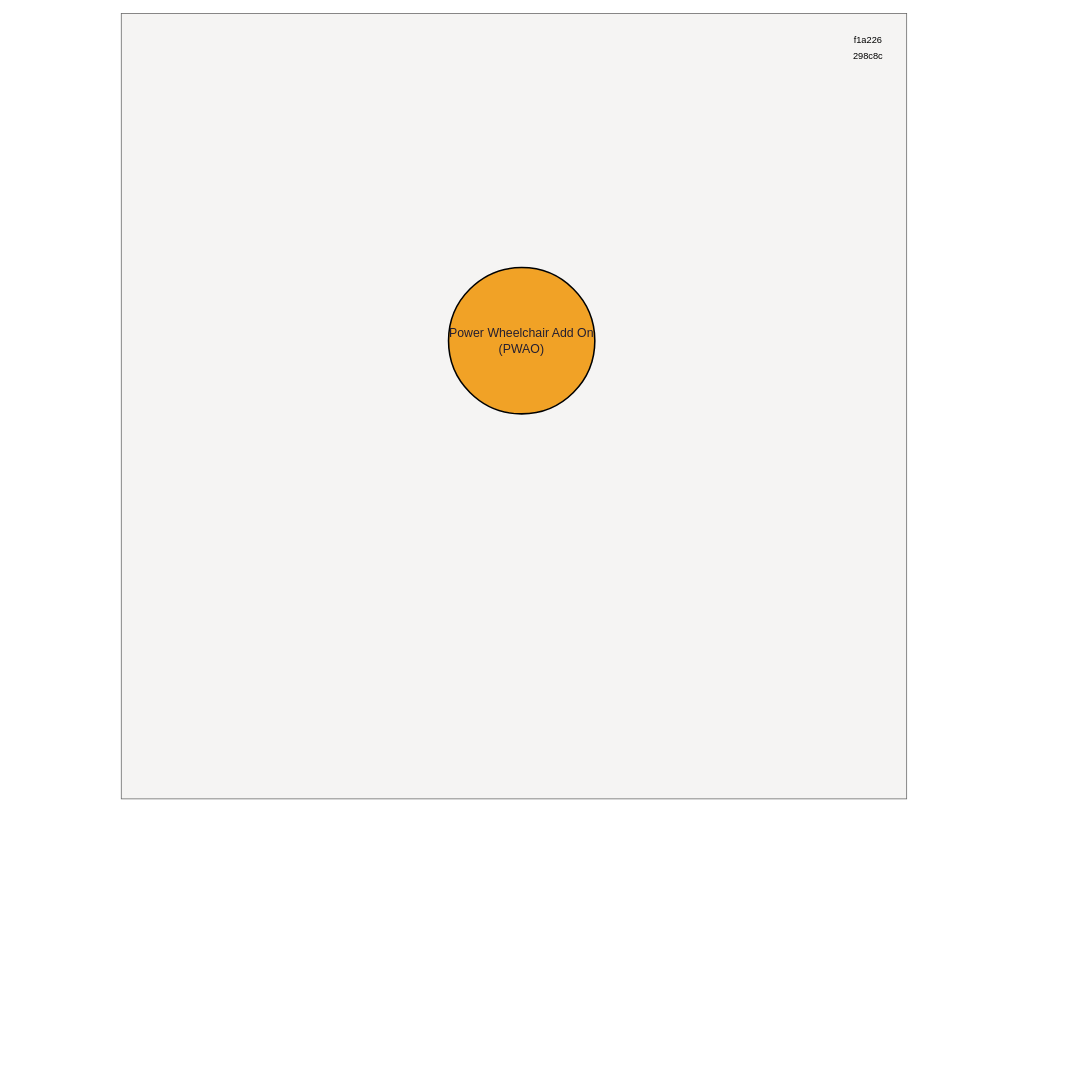
The draw.io diagram Diagrams/System Context.drawio in mekuro9/PWAO-CSU, before the edit. Source tidied: cells renumbered, new cells numbered last; positions are measured from the earlier drawing's top-left corner, leaving out a move shared by most shapes. Both pictures are drawn from the tidied source at 77%, with x=0, y=0 at pixel (121, 13).
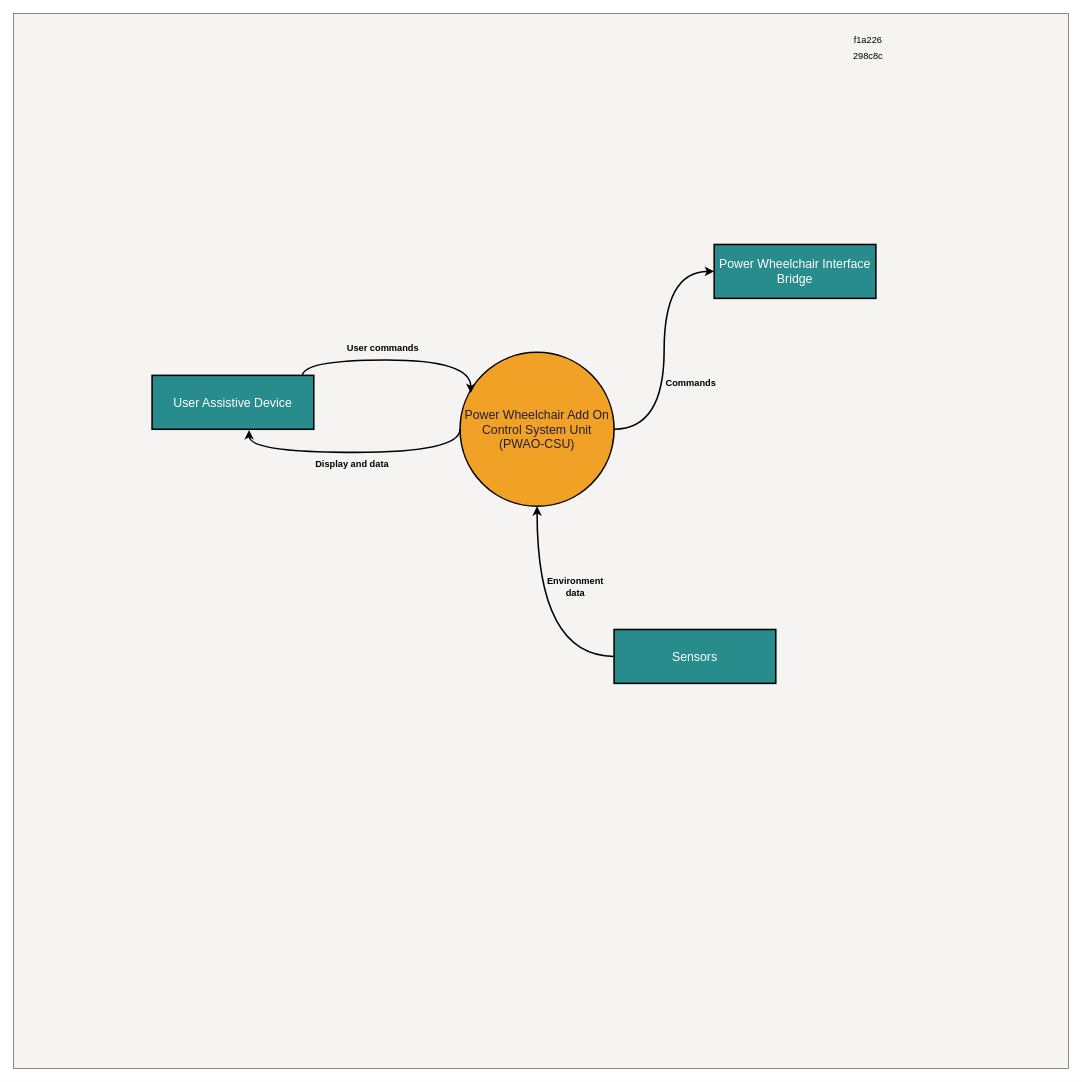
After the change.

Diff of the diagram source:
```diff
@@
     <mxCell id="2" style="whiteSpace=wrap;html=1;fillColor=#F5F4F3;strokeColor=#666666;fontColor=#333333;" parent="1" vertex="1">
-      <mxGeometry width="1020" height="1020" as="geometry" />
+      <mxGeometry x="-140" width="1370" height="1370" as="geometry" />
     </mxCell>
+    <mxCell id="6" style="edgeStyle=orthogonalEdgeStyle;rounded=0;jettySize=auto;html=1;entryX=0;entryY=0.5;entryDx=0;entryDy=0;curved=1;strokeWidth=2;" parent="1" edge="1" source="3" target="11">
+      <mxGeometry relative="1" as="geometry" />
+    </mxCell>
-    <mxCell id="3" value="&lt;font color=&quot;#241f31&quot; style=&quot;font-size: 16px;&quot;&gt;Power Wheelchair Add On&lt;br&gt;(PWAO)&lt;/font&gt;" style="ellipse;whiteSpace=wrap;html=1;fillColor=#f1a226;strokeColor=#000000;strokeWidth=2;" parent="1" vertex="1">
-      <mxGeometry x="425" y="330" width="190" height="190" as="geometry" />
+    <mxCell id="3" value="&lt;font color=&quot;#241f31&quot; style=&quot;font-size: 16px;&quot;&gt;Power Wheelchair Add On&lt;br&gt;Control System Unit (PWAO-CSU)&lt;/font&gt;" style="ellipse;whiteSpace=wrap;html=1;fillColor=#f1a226;strokeColor=#000000;strokeWidth=2;" parent="1" vertex="1">
+      <mxGeometry x="440" y="440" width="200" height="200" as="geometry" />
     </mxCell>
@@
+    <mxCell id="7" style="edgeStyle=orthogonalEdgeStyle;rounded=0;jettySize=auto;html=1;curved=1;exitX=0.929;exitY=0.014;exitDx=0;exitDy=0;exitPerimeter=0;entryX=0.07;entryY=0.265;entryDx=0;entryDy=0;entryPerimeter=0;strokeWidth=2;" parent="1" edge="1" source="8" target="3">
+      <mxGeometry relative="1" as="geometry">
+        <Array as="points">
+          <mxPoint x="235" y="450" />
+          <mxPoint x="454" y="450" />
+        </Array>
+      </mxGeometry>
+    </mxCell>
+    <mxCell id="8" value="&lt;font style=&quot;font-size: 16px;&quot; color=&quot;#ffffff&quot;&gt;User Assistive Device&lt;br&gt;&lt;/font&gt;" style="rounded=0;whiteSpace=wrap;html=1;fillColor=#298c8c;strokeWidth=2;" parent="1" vertex="1">
+      <mxGeometry x="40" y="470" width="210" height="70" as="geometry" />
+    </mxCell>
+    <mxCell id="9" style="edgeStyle=orthogonalEdgeStyle;rounded=0;jettySize=auto;html=1;curved=1;strokeWidth=2;" parent="1" edge="1" source="10" target="3">
+      <mxGeometry relative="1" as="geometry">
+        <Array as="points">
+          <mxPoint x="540" y="835" />
+        </Array>
+      </mxGeometry>
+    </mxCell>
+    <mxCell id="10" value="&lt;font style=&quot;font-size: 16px;&quot; color=&quot;#ffffff&quot;&gt;Sensors&lt;/font&gt;" style="rounded=0;whiteSpace=wrap;html=1;fillColor=#298c8c;strokeWidth=2;" parent="1" vertex="1">
+      <mxGeometry x="640" y="800" width="210" height="70" as="geometry" />
+    </mxCell>
+    <mxCell id="11" value="&lt;font style=&quot;font-size: 16px;&quot; color=&quot;#ffffff&quot;&gt;Power Wheelchair Interface Bridge&lt;br&gt;&lt;/font&gt;" style="rounded=0;whiteSpace=wrap;html=1;fillColor=#298c8c;strokeWidth=2;" parent="1" vertex="1">
+      <mxGeometry x="770" y="300" width="210" height="70" as="geometry" />
+    </mxCell>
+    <mxCell id="12" style="edgeStyle=orthogonalEdgeStyle;rounded=0;jettySize=auto;html=1;exitX=0;exitY=0.5;exitDx=0;exitDy=0;entryX=0.6;entryY=1.014;entryDx=0;entryDy=0;entryPerimeter=0;curved=1;strokeWidth=2;" parent="1" edge="1" source="3" target="8">
+      <mxGeometry relative="1" as="geometry">
+        <Array as="points">
+          <mxPoint x="440" y="570" />
+          <mxPoint x="166" y="570" />
+        </Array>
+      </mxGeometry>
+    </mxCell>
+    <mxCell id="13" value="&lt;b&gt;User commands&lt;br&gt;&lt;/b&gt;" style="text;html=1;align=center;verticalAlign=middle;whiteSpace=wrap;rounded=0;" parent="1" vertex="1">
+      <mxGeometry x="290" y="420" width="100" height="30" as="geometry" />
+    </mxCell>
+    <mxCell id="14" value="&lt;b&gt;Display and data&lt;br&gt;&lt;/b&gt;" style="text;html=1;align=center;verticalAlign=middle;whiteSpace=wrap;rounded=0;" parent="1" vertex="1">
+      <mxGeometry x="250" y="570" width="100" height="30" as="geometry" />
+    </mxCell>
+    <mxCell id="15" value="&lt;b&gt;Environment data&lt;br&gt;&lt;/b&gt;" style="text;html=1;align=center;verticalAlign=middle;whiteSpace=wrap;rounded=0;" parent="1" vertex="1">
+      <mxGeometry x="540" y="730" width="100" height="30" as="geometry" />
+    </mxCell>
+    <mxCell id="16" value="&lt;b&gt;Commands&lt;/b&gt;" style="text;html=1;align=center;verticalAlign=middle;whiteSpace=wrap;rounded=0;" parent="1" vertex="1">
+      <mxGeometry x="690" y="465" width="100" height="30" as="geometry" />
+    </mxCell>
```
